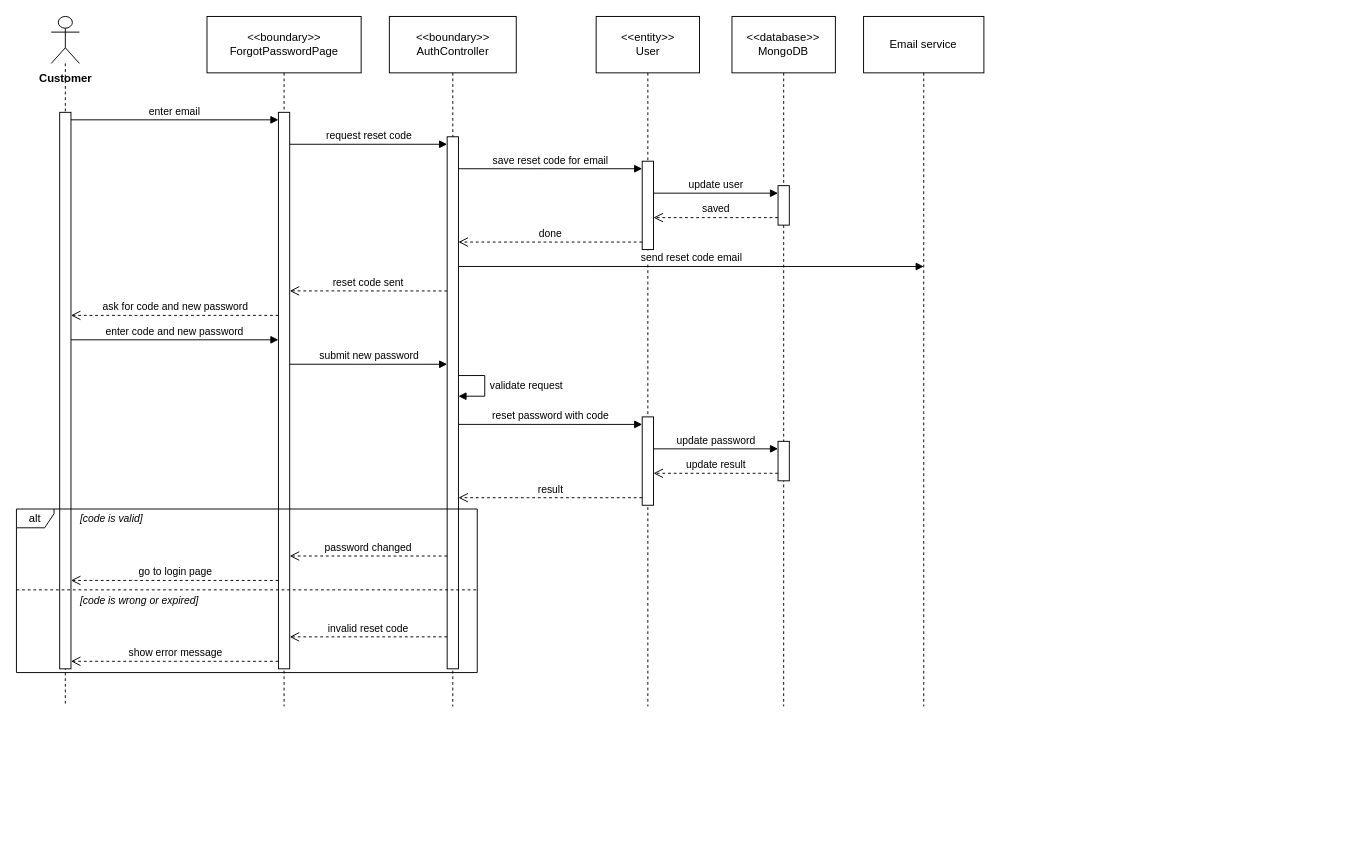
Above: final/diagrams/M2_Auth-And-Administration_Diagrams/sequence_diagrams/SD-07_UC-C03_ResetForgottenPassword.drawio in toikobi401/SWD392 (draw.io), before the change. Source tidied: cells renumbered, new cells numbered last; positions are measured from the earlier drawing's top-left corner, leaving out a move shared by most shapes. Both pictures are drawn from the tidied source at 94%, with x=0, y=0 at pixel (16, 16).
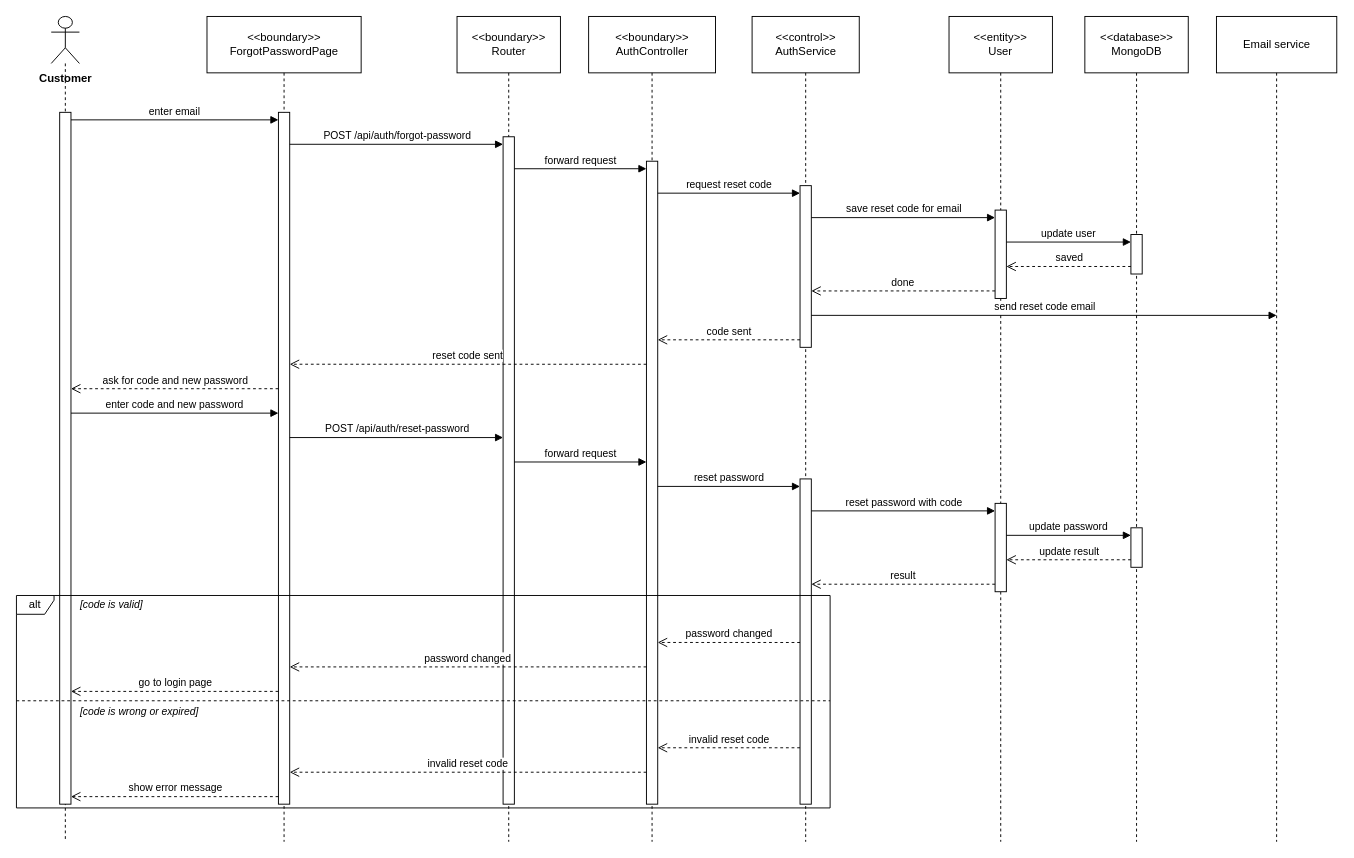
Above is the later version.

What changed in the source:
```diff
@@
     <mxCell id="2" value="Customer" style="shape=umlLifeline;participant=umlActor;perimeter=lifelinePerimeter;whiteSpace=nowrap;html=1;verticalAlign=top;spacingTop=52;size=50;fontStyle=1;" parent="1" vertex="1">
-      <mxGeometry x="37" width="30" height="734" as="geometry" />
+      <mxGeometry x="37" width="30" height="878" as="geometry" />
     </mxCell>
     <mxCell id="3" value="&amp;lt;&amp;lt;boundary&amp;gt;&amp;gt;&lt;br&gt;ForgotPasswordPage" style="shape=umlLifeline;perimeter=lifelinePerimeter;whiteSpace=wrap;html=1;size=60;" parent="1" vertex="1">
-      <mxGeometry x="202.7" width="164" height="734" as="geometry" />
+      <mxGeometry x="202.7" width="164" height="878" as="geometry" />
     </mxCell>
+    <mxCell id="39" value="&amp;lt;&amp;lt;boundary&amp;gt;&amp;gt;&lt;br&gt;Router" style="shape=umlLifeline;perimeter=lifelinePerimeter;whiteSpace=wrap;html=1;size=60;" parent="1" vertex="1">
+      <mxGeometry x="468.7" width="110" height="878" as="geometry" />
+    </mxCell>
     <mxCell id="4" value="&amp;lt;&amp;lt;boundary&amp;gt;&amp;gt;&lt;br&gt;AuthController" style="shape=umlLifeline;perimeter=lifelinePerimeter;whiteSpace=wrap;html=1;size=60;" parent="1" vertex="1">
-      <mxGeometry x="396.7" width="135" height="734" as="geometry" />
+      <mxGeometry x="608.7" width="135" height="878" as="geometry" />
     </mxCell>
+    <mxCell id="40" value="&amp;lt;&amp;lt;control&amp;gt;&amp;gt;&lt;br&gt;AuthService" style="shape=umlLifeline;perimeter=lifelinePerimeter;whiteSpace=wrap;html=1;size=60;" parent="1" vertex="1">
+      <mxGeometry x="782.6" width="114" height="878" as="geometry" />
+    </mxCell>
     <mxCell id="5" value="&amp;lt;&amp;lt;entity&amp;gt;&amp;gt;&lt;br&gt;User" style="shape=umlLifeline;perimeter=lifelinePerimeter;whiteSpace=wrap;html=1;size=60;" parent="1" vertex="1">
-      <mxGeometry x="616.7" width="110" height="734" as="geometry" />
+      <mxGeometry x="992.1" width="110" height="878" as="geometry" />
     </mxCell>
     <mxCell id="6" value="&amp;lt;&amp;lt;database&amp;gt;&amp;gt;&lt;br&gt;MongoDB" style="shape=umlLifeline;perimeter=lifelinePerimeter;whiteSpace=wrap;html=1;size=60;" parent="1" vertex="1">
-      <mxGeometry x="761.2" width="110" height="734" as="geometry" />
+      <mxGeometry x="1136.6" width="110" height="878" as="geometry" />
     </mxCell>
     <mxCell id="7" value="Email service" style="shape=umlLifeline;perimeter=lifelinePerimeter;whiteSpace=wrap;html=1;outlineConnect=0;size=60;" parent="1" vertex="1">
-      <mxGeometry x="901.2" width="128" height="734" as="geometry" />
+      <mxGeometry x="1276.6" width="128" height="878" as="geometry" />
     </mxCell>
     <mxCell id="8" style="html=1;points=[];perimeter=orthogonalPerimeter;outlineConnect=0;targetShapes=umlLifeline;portConstraint=eastwest;" parent="6" vertex="1">
-      <mxGeometry x="49" y="180" width="12" height="42" as="geometry" />
+      <mxGeometry x="49" y="232" width="12" height="42" as="geometry" />
     </mxCell>
     <mxCell id="9" style="html=1;points=[];perimeter=orthogonalPerimeter;outlineConnect=0;targetShapes=umlLifeline;portConstraint=eastwest;" parent="5" vertex="1">
-      <mxGeometry x="49" y="154" width="12" height="94" as="geometry" />
+      <mxGeometry x="49" y="206" width="12" height="94" as="geometry" />
     </mxCell>
-    <mxCell id="10" style="html=1;points=[];perimeter=orthogonalPerimeter;outlineConnect=0;targetShapes=umlLifeline;portConstraint=eastwest;" parent="6" vertex="1">
-      <mxGeometry x="49" y="452" width="12" height="42" as="geometry" />
-    </mxCell>
-    <mxCell id="11" style="html=1;points=[];perimeter=orthogonalPerimeter;outlineConnect=0;targetShapes=umlLifeline;portConstraint=eastwest;" parent="5" vertex="1">
-      <mxGeometry x="49" y="426" width="12" height="94" as="geometry" />
-    </mxCell>
-    <mxCell id="12" style="html=1;points=[];perimeter=orthogonalPerimeter;outlineConnect=0;targetShapes=umlLifeline;portConstraint=eastwest;" parent="4" vertex="1">
-      <mxGeometry x="61.5" y="128" width="12" height="566" as="geometry" />
-    </mxCell>
-    <mxCell id="13" style="html=1;points=[];perimeter=orthogonalPerimeter;outlineConnect=0;targetShapes=umlLifeline;portConstraint=eastwest;" parent="3" vertex="1">
-      <mxGeometry x="76" y="102" width="12" height="592" as="geometry" />
-    </mxCell>
-    <mxCell id="14" style="html=1;points=[];perimeter=orthogonalPerimeter;outlineConnect=0;targetShapes=umlLifeline;portConstraint=eastwest;" parent="2" vertex="1">
-      <mxGeometry x="9" y="102" width="12" height="592" as="geometry" />
-    </mxCell>
+    <mxCell id="41" style="html=1;points=[];perimeter=orthogonalPerimeter;outlineConnect=0;targetShapes=umlLifeline;portConstraint=eastwest;" parent="40" vertex="1">
+      <mxGeometry x="51" y="180" width="12" height="172" as="geometry" />
+    </mxCell>
+    <mxCell id="42" style="html=1;points=[];perimeter=orthogonalPerimeter;outlineConnect=0;targetShapes=umlLifeline;portConstraint=eastwest;" parent="6" vertex="1">
+      <mxGeometry x="49" y="544" width="12" height="42" as="geometry" />
+    </mxCell>
+    <mxCell id="43" style="html=1;points=[];perimeter=orthogonalPerimeter;outlineConnect=0;targetShapes=umlLifeline;portConstraint=eastwest;" parent="5" vertex="1">
+      <mxGeometry x="49" y="518" width="12" height="94" as="geometry" />
+    </mxCell>
+    <mxCell id="44" style="html=1;points=[];perimeter=orthogonalPerimeter;outlineConnect=0;targetShapes=umlLifeline;portConstraint=eastwest;" parent="40" vertex="1">
+      <mxGeometry x="51" y="492" width="12" height="346" as="geometry" />
+    </mxCell>
+    <mxCell id="45" style="html=1;points=[];perimeter=orthogonalPerimeter;outlineConnect=0;targetShapes=umlLifeline;portConstraint=eastwest;" parent="4" vertex="1">
+      <mxGeometry x="61.5" y="154" width="12" height="684" as="geometry" />
+    </mxCell>
+    <mxCell id="46" style="html=1;points=[];perimeter=orthogonalPerimeter;outlineConnect=0;targetShapes=umlLifeline;portConstraint=eastwest;" parent="39" vertex="1">
+      <mxGeometry x="49" y="128" width="12" height="710" as="geometry" />
+    </mxCell>
+    <mxCell id="47" style="html=1;points=[];perimeter=orthogonalPerimeter;outlineConnect=0;targetShapes=umlLifeline;portConstraint=eastwest;" parent="3" vertex="1">
+      <mxGeometry x="76" y="102" width="12" height="736" as="geometry" />
+    </mxCell>
+    <mxCell id="48" style="html=1;points=[];perimeter=orthogonalPerimeter;outlineConnect=0;targetShapes=umlLifeline;portConstraint=eastwest;" parent="2" vertex="1">
+      <mxGeometry x="9" y="102" width="12" height="736" as="geometry" />
+    </mxCell>
     <mxCell id="15" value="alt" style="shape=umlFrame;whiteSpace=wrap;html=1;width=40;height=20;" parent="1" vertex="1">
-      <mxGeometry y="524" width="490.2" height="174" as="geometry" />
+      <mxGeometry y="616" width="865.6" height="226" as="geometry" />
     </mxCell>
     <mxCell id="16" style="endArrow=none;dashed=1;html=1;rounded=0;" parent="1" edge="1">
       <mxGeometry relative="1" as="geometry">
-        <mxPoint y="610" as="sourcePoint" />
-        <mxPoint x="490.2" y="610" as="targetPoint" />
+        <mxPoint y="728" as="sourcePoint" />
+        <mxPoint x="865.6" y="728" as="targetPoint" />
       </mxGeometry>
     </mxCell>
     <mxCell id="17" value="[code is valid]" style="text;html=1;align=left;verticalAlign=middle;whiteSpace=nowrap;fontSize=11;fontStyle=2;labelBackgroundColor=#ffffff;" parent="1" vertex="1">
-      <mxGeometry x="66" y="524" width="93.9" height="20" as="geometry" />
+      <mxGeometry x="66" y="616" width="93.9" height="20" as="geometry" />
     </mxCell>
     <mxCell id="18" value="[code is wrong or expired]" style="text;html=1;align=left;verticalAlign=middle;whiteSpace=nowrap;fontSize=11;fontStyle=2;labelBackgroundColor=#ffffff;" parent="1" vertex="1">
-      <mxGeometry x="66" y="612" width="163.2" height="20" as="geometry" />
+      <mxGeometry x="66" y="730" width="163.2" height="20" as="geometry" />
     </mxCell>
-    <mxCell id="19" value="enter email" style="html=1;verticalAlign=bottom;rounded=0;fontSize=11;endArrow=block;endFill=1;exitX=1;exitY=0.0135;exitDx=0;exitDy=0;exitPerimeter=0;entryX=0;entryY=0.0135;entryDx=0;entryDy=0;entryPerimeter=0;" parent="1" edge="1" source="14" target="13">
+    <mxCell id="19" value="enter email" style="html=1;verticalAlign=bottom;rounded=0;fontSize=11;endArrow=block;endFill=1;exitX=1;exitY=0.0109;exitDx=0;exitDy=0;exitPerimeter=0;entryX=0;entryY=0.0109;entryDx=0;entryDy=0;entryPerimeter=0;" parent="1" edge="1" source="48" target="47">
       <mxGeometry relative="1" as="geometry" />
     </mxCell>
-    <mxCell id="20" value="request reset code" style="html=1;verticalAlign=bottom;rounded=0;fontSize=11;endArrow=block;endFill=1;exitX=1;exitY=0.0574;exitDx=0;exitDy=0;exitPerimeter=0;entryX=0;entryY=0.0141;entryDx=0;entryDy=0;entryPerimeter=0;" parent="1" edge="1" source="13" target="12">
+    <mxCell id="20" value="POST /api/auth/forgot-password" style="html=1;verticalAlign=bottom;rounded=0;fontSize=11;endArrow=block;endFill=1;exitX=1;exitY=0.0462;exitDx=0;exitDy=0;exitPerimeter=0;entryX=0;entryY=0.0113;entryDx=0;entryDy=0;entryPerimeter=0;" parent="1" edge="1" source="47" target="46">
       <mxGeometry relative="1" as="geometry" />
     </mxCell>
-    <mxCell id="21" value="save reset code for email" style="html=1;verticalAlign=bottom;rounded=0;fontSize=11;endArrow=block;endFill=1;exitX=1;exitY=0.0601;exitDx=0;exitDy=0;exitPerimeter=0;entryX=0;entryY=0.0851;entryDx=0;entryDy=0;entryPerimeter=0;" parent="1" edge="1" source="12" target="9">
+    <mxCell id="21" value="forward request" style="html=1;verticalAlign=bottom;rounded=0;fontSize=11;endArrow=block;endFill=1;exitX=1;exitY=0.0479;exitDx=0;exitDy=0;exitPerimeter=0;entryX=0;entryY=0.0117;entryDx=0;entryDy=0;entryPerimeter=0;" parent="1" edge="1" source="46" target="45">
       <mxGeometry relative="1" as="geometry" />
     </mxCell>
-    <mxCell id="22" value="update user" style="html=1;verticalAlign=bottom;rounded=0;fontSize=11;endArrow=block;endFill=1;exitX=1;exitY=0.3617;exitDx=0;exitDy=0;exitPerimeter=0;entryX=0;entryY=0.1905;entryDx=0;entryDy=0;entryPerimeter=0;" parent="1" edge="1" source="9" target="8">
+    <mxCell id="22" value="request reset code" style="html=1;verticalAlign=bottom;rounded=0;fontSize=11;endArrow=block;endFill=1;exitX=1;exitY=0.0497;exitDx=0;exitDy=0;exitPerimeter=0;entryX=0;entryY=0.0465;entryDx=0;entryDy=0;entryPerimeter=0;" parent="1" edge="1" source="45" target="41">
       <mxGeometry relative="1" as="geometry" />
     </mxCell>
-    <mxCell id="23" value="saved" style="html=1;verticalAlign=bottom;rounded=0;fontSize=11;dashed=1;endArrow=open;endSize=8;exitX=0;exitY=0.8095;exitDx=0;exitDy=0;exitPerimeter=0;entryX=1;entryY=0.6383;entryDx=0;entryDy=0;entryPerimeter=0;" parent="1" edge="1" source="8" target="9">
+    <mxCell id="23" value="save reset code for email" style="html=1;verticalAlign=bottom;rounded=0;fontSize=11;endArrow=block;endFill=1;exitX=1;exitY=0.1977;exitDx=0;exitDy=0;exitPerimeter=0;entryX=0;entryY=0.0851;entryDx=0;entryDy=0;entryPerimeter=0;" parent="1" edge="1" source="41" target="9">
       <mxGeometry relative="1" as="geometry" />
     </mxCell>
-    <mxCell id="24" value="done" style="html=1;verticalAlign=bottom;rounded=0;fontSize=11;dashed=1;endArrow=open;endSize=8;exitX=0;exitY=0.9149;exitDx=0;exitDy=0;exitPerimeter=0;entryX=1;entryY=0.1979;entryDx=0;entryDy=0;entryPerimeter=0;" parent="1" edge="1" source="9" target="12">
+    <mxCell id="24" value="update user" style="html=1;verticalAlign=bottom;rounded=0;fontSize=11;endArrow=block;endFill=1;exitX=1;exitY=0.3617;exitDx=0;exitDy=0;exitPerimeter=0;entryX=0;entryY=0.1905;entryDx=0;entryDy=0;entryPerimeter=0;" parent="1" edge="1" source="9" target="8">
       <mxGeometry relative="1" as="geometry" />
     </mxCell>
-    <mxCell id="25" value="send reset code email" style="html=1;verticalAlign=bottom;rounded=0;fontSize=11;endArrow=block;endFill=1;exitX=1;exitY=0.2438;exitDx=0;exitDy=0;exitPerimeter=0;entryX=0.5;entryY=0.3624;entryDx=0;entryDy=0;entryPerimeter=0;" parent="1" edge="1" source="12" target="7">
+    <mxCell id="25" value="saved" style="html=1;verticalAlign=bottom;rounded=0;fontSize=11;dashed=1;endArrow=open;endSize=8;exitX=0;exitY=0.8095;exitDx=0;exitDy=0;exitPerimeter=0;entryX=1;entryY=0.6383;entryDx=0;entryDy=0;entryPerimeter=0;" parent="1" edge="1" source="8" target="9">
       <mxGeometry relative="1" as="geometry" />
     </mxCell>
-    <mxCell id="26" value="reset code sent" style="html=1;verticalAlign=bottom;rounded=0;fontSize=11;dashed=1;endArrow=open;endSize=8;exitX=0;exitY=0.2898;exitDx=0;exitDy=0;exitPerimeter=0;entryX=1;entryY=0.3209;entryDx=0;entryDy=0;entryPerimeter=0;" parent="1" edge="1" source="12" target="13">
+    <mxCell id="26" value="done" style="html=1;verticalAlign=bottom;rounded=0;fontSize=11;dashed=1;endArrow=open;endSize=8;exitX=0;exitY=0.9149;exitDx=0;exitDy=0;exitPerimeter=0;entryX=1;entryY=0.6512;entryDx=0;entryDy=0;entryPerimeter=0;" parent="1" edge="1" source="9" target="41">
       <mxGeometry relative="1" as="geometry" />
     </mxCell>
-    <mxCell id="27" value="ask for code and new password" style="html=1;verticalAlign=bottom;rounded=0;fontSize=11;dashed=1;endArrow=open;endSize=8;exitX=0;exitY=0.3649;exitDx=0;exitDy=0;exitPerimeter=0;entryX=1;entryY=0.3649;entryDx=0;entryDy=0;entryPerimeter=0;" parent="1" edge="1" source="13" target="14">
+    <mxCell id="27" value="send reset code email" style="html=1;verticalAlign=bottom;rounded=0;fontSize=11;endArrow=block;endFill=1;exitX=1;exitY=0.8023;exitDx=0;exitDy=0;exitPerimeter=0;entryX=0.5;entryY=0.3622;entryDx=0;entryDy=0;entryPerimeter=0;" parent="1" edge="1" source="41" target="7">
       <mxGeometry relative="1" as="geometry" />
     </mxCell>
-    <mxCell id="28" value="enter code and new password" style="html=1;verticalAlign=bottom;rounded=0;fontSize=11;endArrow=block;endFill=1;exitX=1;exitY=0.4088;exitDx=0;exitDy=0;exitPerimeter=0;entryX=0;entryY=0.4088;entryDx=0;entryDy=0;entryPerimeter=0;" parent="1" edge="1" source="14" target="13">
+    <mxCell id="28" value="code sent" style="html=1;verticalAlign=bottom;rounded=0;fontSize=11;dashed=1;endArrow=open;endSize=8;exitX=0;exitY=0.9535;exitDx=0;exitDy=0;exitPerimeter=0;entryX=1;entryY=0.2778;entryDx=0;entryDy=0;entryPerimeter=0;" parent="1" edge="1" source="41" target="45">
       <mxGeometry relative="1" as="geometry" />
     </mxCell>
-    <mxCell id="29" value="submit new password" style="html=1;verticalAlign=bottom;rounded=0;fontSize=11;endArrow=block;endFill=1;exitX=1;exitY=0.4527;exitDx=0;exitDy=0;exitPerimeter=0;entryX=0;entryY=0.4276;entryDx=0;entryDy=0;entryPerimeter=0;" parent="1" edge="1" source="13" target="12">
+    <mxCell id="29" value="reset code sent" style="html=1;verticalAlign=bottom;rounded=0;fontSize=11;dashed=1;endArrow=open;endSize=8;exitX=0;exitY=0.3158;exitDx=0;exitDy=0;exitPerimeter=0;entryX=1;entryY=0.3641;entryDx=0;entryDy=0;entryPerimeter=0;" parent="1" edge="1" source="45" target="47">
       <mxGeometry relative="1" as="geometry" />
     </mxCell>
-    <mxCell id="30" value="validate request" style="html=1;align=left;spacingLeft=4;verticalAlign=middle;endArrow=block;endFill=1;rounded=0;fontSize=11;exitX=1;exitY=0.4488;exitDx=0;exitDy=0;exitPerimeter=0;entryX=1;entryY=0.4876;entryDx=0;entryDy=0;entryPerimeter=0;" parent="1" edge="1" source="12" target="12">
-      <mxGeometry relative="1" as="geometry">
-        <Array as="points">
-          <mxPoint x="498.2" y="382" />
-          <mxPoint x="498.2" y="404" />
-        </Array>
-      </mxGeometry>
+    <mxCell id="30" value="ask for code and new password" style="html=1;verticalAlign=bottom;rounded=0;fontSize=11;dashed=1;endArrow=open;endSize=8;exitX=0;exitY=0.3995;exitDx=0;exitDy=0;exitPerimeter=0;entryX=1;entryY=0.3995;entryDx=0;entryDy=0;entryPerimeter=0;" parent="1" edge="1" source="47" target="48">
+      <mxGeometry relative="1" as="geometry" />
     </mxCell>
-    <mxCell id="31" value="reset password with code" style="html=1;verticalAlign=bottom;rounded=0;fontSize=11;endArrow=block;endFill=1;exitX=1;exitY=0.5406;exitDx=0;exitDy=0;exitPerimeter=0;entryX=0;entryY=0.0851;entryDx=0;entryDy=0;entryPerimeter=0;" parent="1" edge="1" source="12" target="11">
+    <mxCell id="31" value="enter code and new password" style="html=1;verticalAlign=bottom;rounded=0;fontSize=11;endArrow=block;endFill=1;exitX=1;exitY=0.4348;exitDx=0;exitDy=0;exitPerimeter=0;entryX=0;entryY=0.4348;entryDx=0;entryDy=0;entryPerimeter=0;" parent="1" edge="1" source="48" target="47">
       <mxGeometry relative="1" as="geometry" />
     </mxCell>
-    <mxCell id="32" value="update password" style="html=1;verticalAlign=bottom;rounded=0;fontSize=11;endArrow=block;endFill=1;exitX=1;exitY=0.3617;exitDx=0;exitDy=0;exitPerimeter=0;entryX=0;entryY=0.1905;entryDx=0;entryDy=0;entryPerimeter=0;" parent="1" edge="1" source="11" target="10">
+    <mxCell id="32" value="POST /api/auth/reset-password" style="html=1;verticalAlign=bottom;rounded=0;fontSize=11;endArrow=block;endFill=1;exitX=1;exitY=0.4701;exitDx=0;exitDy=0;exitPerimeter=0;entryX=0;entryY=0.4507;entryDx=0;entryDy=0;entryPerimeter=0;" parent="1" edge="1" source="47" target="46">
       <mxGeometry relative="1" as="geometry" />
     </mxCell>
-    <mxCell id="33" value="update result" style="html=1;verticalAlign=bottom;rounded=0;fontSize=11;dashed=1;endArrow=open;endSize=8;exitX=0;exitY=0.8095;exitDx=0;exitDy=0;exitPerimeter=0;entryX=1;entryY=0.6383;entryDx=0;entryDy=0;entryPerimeter=0;" parent="1" edge="1" source="10" target="11">
+    <mxCell id="33" value="forward request" style="html=1;verticalAlign=bottom;rounded=0;fontSize=11;endArrow=block;endFill=1;exitX=1;exitY=0.4873;exitDx=0;exitDy=0;exitPerimeter=0;entryX=0;entryY=0.4678;entryDx=0;entryDy=0;entryPerimeter=0;" parent="1" edge="1" source="46" target="45">
       <mxGeometry relative="1" as="geometry" />
     </mxCell>
-    <mxCell id="34" value="result" style="html=1;verticalAlign=bottom;rounded=0;fontSize=11;dashed=1;endArrow=open;endSize=8;exitX=0;exitY=0.9149;exitDx=0;exitDy=0;exitPerimeter=0;entryX=1;entryY=0.6784;entryDx=0;entryDy=0;entryPerimeter=0;" parent="1" edge="1" source="11" target="12">
+    <mxCell id="34" value="reset password" style="html=1;verticalAlign=bottom;rounded=0;fontSize=11;endArrow=block;endFill=1;exitX=1;exitY=0.5058;exitDx=0;exitDy=0;exitPerimeter=0;entryX=0;entryY=0.0231;entryDx=0;entryDy=0;entryPerimeter=0;" parent="1" edge="1" source="45" target="44">
       <mxGeometry relative="1" as="geometry" />
     </mxCell>
-    <mxCell id="35" value="password changed" style="html=1;verticalAlign=bottom;rounded=0;fontSize=11;dashed=1;endArrow=open;endSize=8;exitX=0;exitY=0.788;exitDx=0;exitDy=0;exitPerimeter=0;entryX=1;entryY=0.7973;entryDx=0;entryDy=0;entryPerimeter=0;" parent="1" edge="1" source="12" target="13">
+    <mxCell id="35" value="reset password with code" style="html=1;verticalAlign=bottom;rounded=0;fontSize=11;endArrow=block;endFill=1;exitX=1;exitY=0.0983;exitDx=0;exitDy=0;exitPerimeter=0;entryX=0;entryY=0.0851;entryDx=0;entryDy=0;entryPerimeter=0;" parent="1" edge="1" source="44" target="43">
       <mxGeometry relative="1" as="geometry" />
     </mxCell>
-    <mxCell id="36" value="go to login page" style="html=1;verticalAlign=bottom;rounded=0;fontSize=11;dashed=1;endArrow=open;endSize=8;exitX=0;exitY=0.8412;exitDx=0;exitDy=0;exitPerimeter=0;entryX=1;entryY=0.8412;entryDx=0;entryDy=0;entryPerimeter=0;" parent="1" edge="1" source="13" target="14">
+    <mxCell id="36" value="update password" style="html=1;verticalAlign=bottom;rounded=0;fontSize=11;endArrow=block;endFill=1;exitX=1;exitY=0.3617;exitDx=0;exitDy=0;exitPerimeter=0;entryX=0;entryY=0.1905;entryDx=0;entryDy=0;entryPerimeter=0;" parent="1" edge="1" source="43" target="42">
       <mxGeometry relative="1" as="geometry" />
     </mxCell>
-    <mxCell id="37" value="invalid reset code" style="html=1;verticalAlign=bottom;rounded=0;fontSize=11;dashed=1;endArrow=open;endSize=8;exitX=0;exitY=0.9399;exitDx=0;exitDy=0;exitPerimeter=0;entryX=1;entryY=0.9426;entryDx=0;entryDy=0;entryPerimeter=0;" parent="1" edge="1" source="12" target="13">
+    <mxCell id="37" value="update result" style="html=1;verticalAlign=bottom;rounded=0;fontSize=11;dashed=1;endArrow=open;endSize=8;exitX=0;exitY=0.8095;exitDx=0;exitDy=0;exitPerimeter=0;entryX=1;entryY=0.6383;entryDx=0;entryDy=0;entryPerimeter=0;" parent="1" edge="1" source="42" target="43">
       <mxGeometry relative="1" as="geometry" />
     </mxCell>
-    <mxCell id="38" value="show error message" style="html=1;verticalAlign=bottom;rounded=0;fontSize=11;dashed=1;endArrow=open;endSize=8;exitX=0;exitY=0.9865;exitDx=0;exitDy=0;exitPerimeter=0;entryX=1;entryY=0.9865;entryDx=0;entryDy=0;entryPerimeter=0;" parent="1" edge="1" source="13" target="14">
+    <mxCell id="38" value="result" style="html=1;verticalAlign=bottom;rounded=0;fontSize=11;dashed=1;endArrow=open;endSize=8;exitX=0;exitY=0.9149;exitDx=0;exitDy=0;exitPerimeter=0;entryX=1;entryY=0.3237;entryDx=0;entryDy=0;entryPerimeter=0;" parent="1" edge="1" source="43" target="44">
       <mxGeometry relative="1" as="geometry" />
     </mxCell>
+    <mxCell id="49" value="password changed" style="html=1;verticalAlign=bottom;rounded=0;fontSize=11;dashed=1;endArrow=open;endSize=8;exitX=0;exitY=0.5029;exitDx=0;exitDy=0;exitPerimeter=0;entryX=1;entryY=0.7485;entryDx=0;entryDy=0;entryPerimeter=0;" parent="1" edge="1" source="44" target="45">
+      <mxGeometry relative="1" as="geometry" />
+    </mxCell>
+    <mxCell id="50" value="password changed" style="html=1;verticalAlign=bottom;rounded=0;fontSize=11;dashed=1;endArrow=open;endSize=8;exitX=0;exitY=0.7865;exitDx=0;exitDy=0;exitPerimeter=0;entryX=1;entryY=0.8016;entryDx=0;entryDy=0;entryPerimeter=0;" parent="1" edge="1" source="45" target="47">
+      <mxGeometry relative="1" as="geometry" />
+    </mxCell>
+    <mxCell id="51" value="go to login page" style="html=1;verticalAlign=bottom;rounded=0;fontSize=11;dashed=1;endArrow=open;endSize=8;exitX=0;exitY=0.837;exitDx=0;exitDy=0;exitPerimeter=0;entryX=1;entryY=0.837;entryDx=0;entryDy=0;entryPerimeter=0;" parent="1" edge="1" source="47" target="48">
+      <mxGeometry relative="1" as="geometry" />
+    </mxCell>
+    <mxCell id="52" value="invalid reset code" style="html=1;verticalAlign=bottom;rounded=0;fontSize=11;dashed=1;endArrow=open;endSize=8;exitX=0;exitY=0.8266;exitDx=0;exitDy=0;exitPerimeter=0;entryX=1;entryY=0.9123;entryDx=0;entryDy=0;entryPerimeter=0;" parent="1" edge="1" source="44" target="45">
+      <mxGeometry relative="1" as="geometry" />
+    </mxCell>
+    <mxCell id="53" value="invalid reset code" style="html=1;verticalAlign=bottom;rounded=0;fontSize=11;dashed=1;endArrow=open;endSize=8;exitX=0;exitY=0.9503;exitDx=0;exitDy=0;exitPerimeter=0;entryX=1;entryY=0.9538;entryDx=0;entryDy=0;entryPerimeter=0;" parent="1" edge="1" source="45" target="47">
+      <mxGeometry relative="1" as="geometry" />
+    </mxCell>
+    <mxCell id="54" value="show error message" style="html=1;verticalAlign=bottom;rounded=0;fontSize=11;dashed=1;endArrow=open;endSize=8;exitX=0;exitY=0.9891;exitDx=0;exitDy=0;exitPerimeter=0;entryX=1;entryY=0.9891;entryDx=0;entryDy=0;entryPerimeter=0;" parent="1" edge="1" source="47" target="48">
+      <mxGeometry relative="1" as="geometry" />
+    </mxCell>
```
